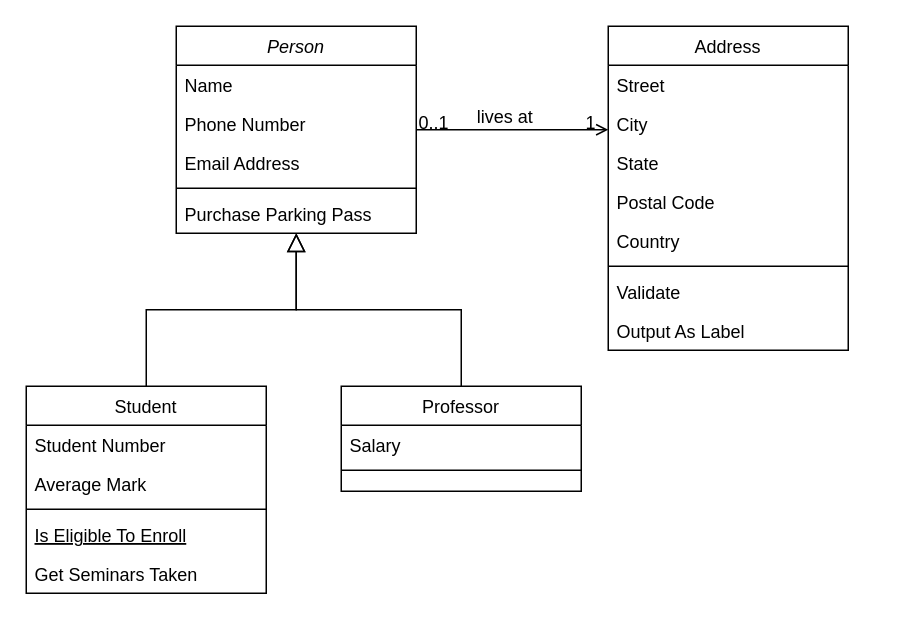
Earlier version of the draw.io diagram Diagrama sin título.drawio (AnaAmaya200/reto-3). Source tidied: cells renumbered, new cells numbered last; positions are measured from the earlier drawing's top-left corner, leaving out a move shared by most shapes. Both pictures are drawn from the tidied source at 150%, with x=0, y=0 at pixel (26, 26).
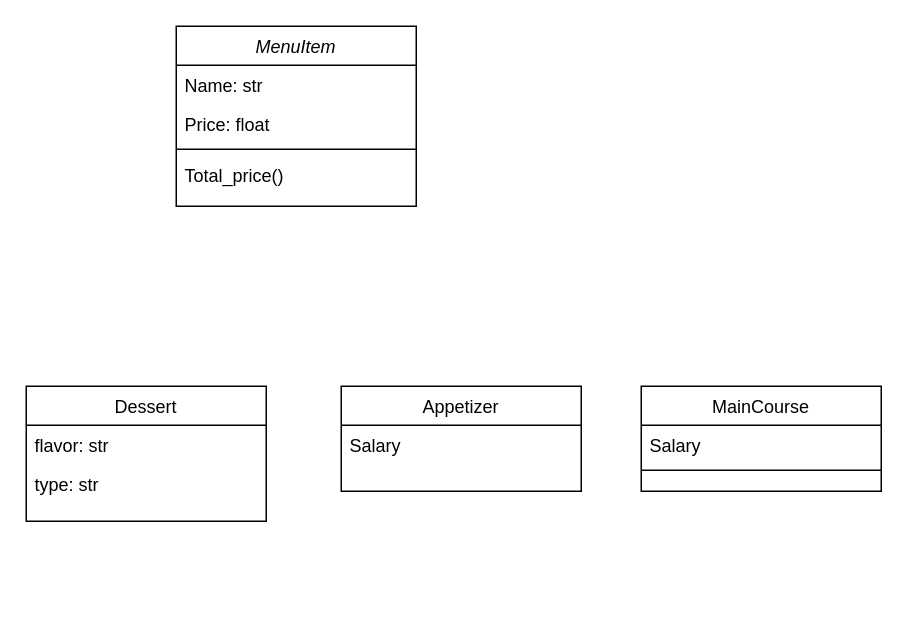
Above is the later version.

What changed in the source:
```diff
@@
-    <mxCell id="2" value="Person" style="swimlane;fontStyle=2;align=center;verticalAlign=top;horizontal=1;startSize=26;rounded=0;shadow=0;strokeWidth=1;" parent="1" vertex="1">
-      <mxGeometry x="100" width="160" height="138" as="geometry" />
+    <mxCell id="2" value="MenuItem" style="swimlane;fontStyle=2;align=center;verticalAlign=top;horizontal=1;startSize=26;rounded=0;shadow=0;strokeWidth=1;" parent="1" vertex="1">
+      <mxGeometry x="100" width="160" height="120" as="geometry" />
     </mxCell>
-    <mxCell id="3" value="Name" style="text;align=left;verticalAlign=top;spacingLeft=4;spacingRight=4;overflow=hidden;" parent="2" vertex="1">
+    <mxCell id="3" value="Name: str" style="text;align=left;verticalAlign=top;spacingLeft=4;spacingRight=4;overflow=hidden;" parent="2" vertex="1">
       <mxGeometry y="26" width="160" height="26" as="geometry" />
     </mxCell>
-    <mxCell id="4" value="Phone Number" style="text;align=left;verticalAlign=top;spacingLeft=4;spacingRight=4;overflow=hidden;rounded=0;shadow=0;html=0;" parent="2" vertex="1">
+    <mxCell id="4" value="Price: float" style="text;align=left;verticalAlign=top;spacingLeft=4;spacingRight=4;overflow=hidden;rounded=0;shadow=0;html=0;" parent="2" vertex="1">
       <mxGeometry y="52" width="160" height="26" as="geometry" />
     </mxCell>
-    <mxCell id="5" value="Email Address" style="text;align=left;verticalAlign=top;spacingLeft=4;spacingRight=4;overflow=hidden;rounded=0;shadow=0;html=0;" parent="2" vertex="1">
-      <mxGeometry y="78" width="160" height="26" as="geometry" />
-    </mxCell>
     <mxCell id="6" style="line;html=1;strokeWidth=1;align=left;verticalAlign=middle;spacingTop=-1;spacingLeft=3;spacingRight=3;labelPosition=right;" parent="2" vertex="1">
-      <mxGeometry y="104" width="160" height="8" as="geometry" />
+      <mxGeometry y="78" width="160" height="8" as="geometry" />
     </mxCell>
-    <mxCell id="7" value="Purchase Parking Pass" style="text;align=left;verticalAlign=top;spacingLeft=4;spacingRight=4;overflow=hidden;" parent="2" vertex="1">
-      <mxGeometry y="112" width="160" height="26" as="geometry" />
+    <mxCell id="7" value="Total_price()" style="text;align=left;verticalAlign=top;spacingLeft=4;spacingRight=4;overflow=hidden;" parent="2" vertex="1">
+      <mxGeometry y="86" width="160" height="26" as="geometry" />
     </mxCell>
-    <mxCell id="8" value="Student" style="swimlane;fontStyle=0;align=center;verticalAlign=top;horizontal=1;startSize=26;rounded=0;shadow=0;strokeWidth=1;" parent="1" vertex="1">
-      <mxGeometry y="240" width="160" height="138" as="geometry" />
+    <mxCell id="8" value="Dessert" style="swimlane;fontStyle=0;align=center;verticalAlign=top;horizontal=1;startSize=26;rounded=0;shadow=0;strokeWidth=1;" parent="1" vertex="1">
+      <mxGeometry y="240" width="160" height="90" as="geometry" />
     </mxCell>
-    <mxCell id="9" value="Student Number" style="text;align=left;verticalAlign=top;spacingLeft=4;spacingRight=4;overflow=hidden;" parent="8" vertex="1">
+    <mxCell id="9" value="flavor: str" style="text;align=left;verticalAlign=top;spacingLeft=4;spacingRight=4;overflow=hidden;" parent="8" vertex="1">
       <mxGeometry y="26" width="160" height="26" as="geometry" />
     </mxCell>
-    <mxCell id="10" value="Average Mark" style="text;align=left;verticalAlign=top;spacingLeft=4;spacingRight=4;overflow=hidden;rounded=0;shadow=0;html=0;" parent="8" vertex="1">
+    <mxCell id="10" value="type: str" style="text;align=left;verticalAlign=top;spacingLeft=4;spacingRight=4;overflow=hidden;rounded=0;shadow=0;html=0;" parent="8" vertex="1">
       <mxGeometry y="52" width="160" height="26" as="geometry" />
     </mxCell>
-    <mxCell id="11" style="line;html=1;strokeWidth=1;align=left;verticalAlign=middle;spacingTop=-1;spacingLeft=3;spacingRight=3;labelPosition=right;" parent="8" vertex="1">
-      <mxGeometry y="78" width="160" height="8" as="geometry" />
-    </mxCell>
-    <mxCell id="12" value="Is Eligible To Enroll" style="text;align=left;verticalAlign=top;spacingLeft=4;spacingRight=4;overflow=hidden;fontStyle=4;" parent="8" vertex="1">
-      <mxGeometry y="86" width="160" height="26" as="geometry" />
-    </mxCell>
-    <mxCell id="13" value="Get Seminars Taken" style="text;align=left;verticalAlign=top;spacingLeft=4;spacingRight=4;overflow=hidden;" parent="8" vertex="1">
-      <mxGeometry y="112" width="160" height="26" as="geometry" />
-    </mxCell>
-    <mxCell id="14" style="endArrow=block;endSize=10;endFill=0;shadow=0;strokeWidth=1;rounded=0;curved=0;edgeStyle=elbowEdgeStyle;elbow=vertical;" parent="1" edge="1" source="8" target="2">
-      <mxGeometry relative="1" as="geometry" />
-    </mxCell>
-    <mxCell id="15" value="Professor" style="swimlane;fontStyle=0;align=center;verticalAlign=top;horizontal=1;startSize=26;rounded=0;shadow=0;strokeWidth=1;" parent="1" vertex="1">
+    <mxCell id="15" value="Appetizer" style="swimlane;fontStyle=0;align=center;verticalAlign=top;horizontal=1;startSize=26;rounded=0;shadow=0;strokeWidth=1;" parent="1" vertex="1">
       <mxGeometry x="210" y="240" width="160" height="70" as="geometry" />
     </mxCell>
@@
+    <mxCell id="32" value="MainCourse" style="swimlane;fontStyle=0;align=center;verticalAlign=top;horizontal=1;startSize=26;rounded=0;shadow=0;strokeWidth=1;" parent="1" vertex="1">
+      <mxGeometry x="410" y="240" width="160" height="70" as="geometry" />
+    </mxCell>
+    <mxCell id="33" value="Salary" style="text;align=left;verticalAlign=top;spacingLeft=4;spacingRight=4;overflow=hidden;" parent="32" vertex="1">
+      <mxGeometry y="26" width="160" height="26" as="geometry" />
+    </mxCell>
-    <mxCell id="17" style="line;html=1;strokeWidth=1;align=left;verticalAlign=middle;spacingTop=-1;spacingLeft=3;spacingRight=3;labelPosition=right;" parent="15" vertex="1">
+    <mxCell id="17" style="line;html=1;strokeWidth=1;align=left;verticalAlign=middle;spacingTop=-1;spacingLeft=3;spacingRight=3;labelPosition=right;" parent="32" vertex="1">
       <mxGeometry y="52" width="160" height="8" as="geometry" />
     </mxCell>
-    <mxCell id="18" style="endArrow=block;endSize=10;endFill=0;shadow=0;strokeWidth=1;rounded=0;curved=0;edgeStyle=elbowEdgeStyle;elbow=vertical;" parent="1" edge="1" source="15" target="2">
-      <mxGeometry relative="1" as="geometry" />
-    </mxCell>
-    <mxCell id="19" value="Address" style="swimlane;fontStyle=0;align=center;verticalAlign=top;horizontal=1;startSize=26;rounded=0;shadow=0;strokeWidth=1;" parent="1" vertex="1">
-      <mxGeometry x="388" width="160" height="216" as="geometry" />
-    </mxCell>
-    <mxCell id="20" value="Street" style="text;align=left;verticalAlign=top;spacingLeft=4;spacingRight=4;overflow=hidden;" parent="19" vertex="1">
-      <mxGeometry y="26" width="160" height="26" as="geometry" />
-    </mxCell>
-    <mxCell id="21" value="City" style="text;align=left;verticalAlign=top;spacingLeft=4;spacingRight=4;overflow=hidden;rounded=0;shadow=0;html=0;" parent="19" vertex="1">
-      <mxGeometry y="52" width="160" height="26" as="geometry" />
-    </mxCell>
-    <mxCell id="22" value="State" style="text;align=left;verticalAlign=top;spacingLeft=4;spacingRight=4;overflow=hidden;rounded=0;shadow=0;html=0;" parent="19" vertex="1">
-      <mxGeometry y="78" width="160" height="26" as="geometry" />
-    </mxCell>
-    <mxCell id="23" value="Postal Code" style="text;align=left;verticalAlign=top;spacingLeft=4;spacingRight=4;overflow=hidden;rounded=0;shadow=0;html=0;" parent="19" vertex="1">
-      <mxGeometry y="104" width="160" height="26" as="geometry" />
-    </mxCell>
-    <mxCell id="24" value="Country" style="text;align=left;verticalAlign=top;spacingLeft=4;spacingRight=4;overflow=hidden;rounded=0;shadow=0;html=0;" parent="19" vertex="1">
-      <mxGeometry y="130" width="160" height="26" as="geometry" />
-    </mxCell>
-    <mxCell id="25" style="line;html=1;strokeWidth=1;align=left;verticalAlign=middle;spacingTop=-1;spacingLeft=3;spacingRight=3;labelPosition=right;" parent="19" vertex="1">
-      <mxGeometry y="156" width="160" height="8" as="geometry" />
-    </mxCell>
-    <mxCell id="26" value="Validate" style="text;align=left;verticalAlign=top;spacingLeft=4;spacingRight=4;overflow=hidden;" parent="19" vertex="1">
-      <mxGeometry y="164" width="160" height="26" as="geometry" />
-    </mxCell>
-    <mxCell id="27" value="Output As Label" style="text;align=left;verticalAlign=top;spacingLeft=4;spacingRight=4;overflow=hidden;" parent="19" vertex="1">
-      <mxGeometry y="190" width="160" height="26" as="geometry" />
-    </mxCell>
-    <mxCell id="28" style="endArrow=open;shadow=0;strokeWidth=1;rounded=0;curved=0;endFill=1;edgeStyle=elbowEdgeStyle;elbow=vertical;" parent="1" edge="1" source="2" target="19">
-      <mxGeometry x="0.5" y="41" relative="1" as="geometry">
-        <mxPoint x="-40" y="32" as="offset" />
-      </mxGeometry>
-    </mxCell>
-    <mxCell id="29" value="0..1" style="align=left;verticalAlign=bottom;labelBackgroundColor=none;fontSize=12;" parent="28" vertex="1">
-      <mxGeometry x="-1" relative="1" as="geometry">
-        <mxPoint y="4" as="offset" />
-      </mxGeometry>
-    </mxCell>
-    <mxCell id="30" value="1" style="align=right;verticalAlign=bottom;labelBackgroundColor=none;fontSize=12;" parent="28" vertex="1">
-      <mxGeometry x="1" relative="1" as="geometry">
-        <mxPoint x="-7" y="4" as="offset" />
-      </mxGeometry>
-    </mxCell>
-    <mxCell id="31" value="lives at" style="text;html=1;align=center;verticalAlign=middle;labelBackgroundColor=none;rounded=0;shadow=0;strokeWidth=1;fontSize=12;" parent="28" vertex="1">
-      <mxGeometry x="0.5" y="49" relative="1" as="geometry">
-        <mxPoint x="-38" y="40" as="offset" />
-      </mxGeometry>
-    </mxCell>
```
